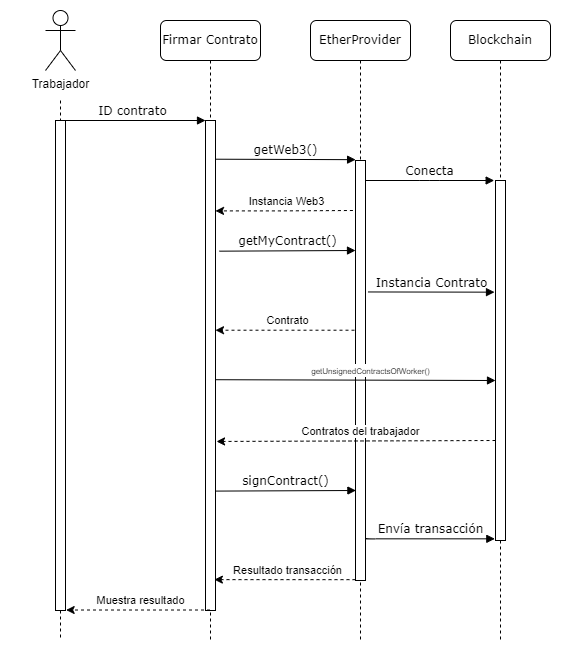
The draw.io diagram Documentacion/MEMORIA/img/SecuenciaFirmarContrato.png in deibiiz/ContractMe, before a commit. Source tidied: cells renumbered, new cells last; positions are measured from the earlier drawing's top-left corner, leaving out a move shared by most shapes.
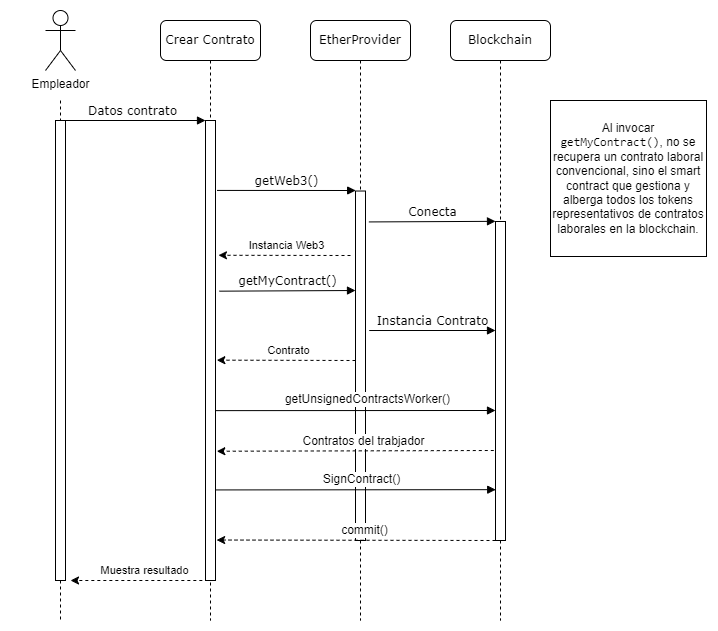
The same file after the commit.

Change to the diagram source:
```diff
@@ -2,123 +2,134 @@
   <root>
     <mxCell id="0" />
     <mxCell id="1" parent="0" />
-    <mxCell id="2" value="Firmar Contrato" style="shape=umlLifeline;perimeter=lifelinePerimeter;whiteSpace=wrap;html=1;outlineConnect=0;rounded=1;shadow=0;comic=0;labelBackgroundColor=none;strokeWidth=1;fontFamily=Verdana;fontSize=12;align=center;" parent="1" vertex="1">
-      <mxGeometry x="150" y="10" width="100" height="620" as="geometry" />
-    </mxCell>
-    <mxCell id="3" style="endArrow=classic;html=1;rounded=0;dashed=1;exitX=-0.26;exitY=0.18;exitDx=0;exitDy=0;exitPerimeter=0;" parent="2" edge="1">
-      <mxGeometry relative="1" as="geometry">
-        <mxPoint x="192.4" y="190" as="sourcePoint" />
-        <mxPoint x="55" y="190.4" as="targetPoint" />
-        <Array as="points">
-          <mxPoint x="120" y="190.4" />
-        </Array>
-      </mxGeometry>
-    </mxCell>
+    <mxCell id="30" value="Crear Contrato" style="shape=umlLifeline;perimeter=lifelinePerimeter;whiteSpace=wrap;html=1;rounded=1;shadow=0;comic=0;labelBackgroundColor=none;strokeWidth=1;fontFamily=Verdana;fontSize=12;align=center;" parent="1" vertex="1">
+      <mxGeometry x="150" y="10" width="100" height="600" as="geometry" />
+    </mxCell>
+    <mxCell id="5" value="EtherProvider" style="shape=umlLifeline;perimeter=lifelinePerimeter;whiteSpace=wrap;html=1;rounded=1;shadow=0;comic=0;labelBackgroundColor=none;strokeWidth=1;fontFamily=Verdana;fontSize=12;align=center;" parent="1" vertex="1">
+      <mxGeometry x="300" y="10" width="100" height="600" as="geometry" />
+    </mxCell>
+    <mxCell id="31" style="html=1;points=[];perimeter=orthogonalPerimeter;rounded=0;shadow=0;comic=0;labelBackgroundColor=none;strokeWidth=1;fontFamily=Verdana;fontSize=12;align=center;" parent="5" vertex="1">
+      <mxGeometry x="-105" y="100" width="10" height="460" as="geometry" />
+    </mxCell>
+    <mxCell id="32" style="html=1;points=[];perimeter=orthogonalPerimeter;rounded=0;shadow=0;comic=0;labelBackgroundColor=none;strokeWidth=1;fontFamily=Verdana;fontSize=12;align=center;" parent="5" vertex="1">
+      <mxGeometry x="45" y="170.5" width="10" height="349.5" as="geometry" />
+    </mxCell>
+    <mxCell id="10" value="getWeb3()" style="html=1;verticalAlign=bottom;endArrow=block;labelBackgroundColor=none;fontFamily=Verdana;fontSize=12;edgeStyle=elbowEdgeStyle;elbow=vertical;entryX=0.017;entryY=0;entryDx=0;entryDy=0;entryPerimeter=0;exitX=1.155;exitY=0.152;exitDx=0;exitDy=0;exitPerimeter=0;" parent="5" edge="1" source="31" target="32">
+      <mxGeometry relative="1" as="geometry" />
+    </mxCell>
+    <mxCell id="33" style="endArrow=classic;html=1;rounded=0;dashed=1;entryX=1.295;entryY=0.293;entryDx=0;entryDy=0;entryPerimeter=0;" parent="5" edge="1" target="31">
+      <mxGeometry relative="1" as="geometry">
+        <mxPoint x="40" y="235" as="sourcePoint" />
+      </mxGeometry>
+    </mxCell>
-    <mxCell id="4" value="Instancia Web3" style="edgeLabel;html=1;align=center;verticalAlign=middle;" parent="3" vertex="1">
+    <mxCell id="4" value="Instancia Web3" style="edgeLabel;html=1;align=center;verticalAlign=middle;" parent="33" vertex="1">
       <mxGeometry x="-0.03" y="-1" relative="1" as="geometry">
         <mxPoint y="-9" as="offset" />
       </mxGeometry>
     </mxCell>
-    <mxCell id="5" value="EtherProvider" style="shape=umlLifeline;perimeter=lifelinePerimeter;whiteSpace=wrap;html=1;rounded=1;shadow=0;comic=0;labelBackgroundColor=none;strokeWidth=1;fontFamily=Verdana;fontSize=12;align=center;" parent="1" vertex="1">
-      <mxGeometry x="300" y="10" width="100" height="620" as="geometry" />
-    </mxCell>
-    <mxCell id="6" style="html=1;points=[];perimeter=orthogonalPerimeter;rounded=0;shadow=0;comic=0;labelBackgroundColor=none;strokeWidth=1;fontFamily=Verdana;fontSize=12;align=center;" parent="5" vertex="1">
-      <mxGeometry x="-105" y="100" width="10" height="490" as="geometry" />
-    </mxCell>
-    <mxCell id="7" style="html=1;points=[];perimeter=orthogonalPerimeter;rounded=0;shadow=0;comic=0;labelBackgroundColor=none;strokeWidth=1;fontFamily=Verdana;fontSize=12;align=center;" parent="5" vertex="1">
-      <mxGeometry x="45" y="140" width="10" height="420" as="geometry" />
-    </mxCell>
-    <mxCell id="8" style="endArrow=classic;html=1;rounded=0;dashed=1;exitX=0;exitY=0.998;exitDx=0;exitDy=0;exitPerimeter=0;entryX=0.886;entryY=0.937;entryDx=0;entryDy=0;entryPerimeter=0;" parent="5" edge="1" source="7" target="6">
-      <mxGeometry relative="1" as="geometry" />
-    </mxCell>
-    <mxCell id="9" value="Resultado transacción" style="edgeLabel;html=1;align=center;verticalAlign=middle;" parent="8" vertex="1">
-      <mxGeometry x="-0.03" y="-1" relative="1" as="geometry">
-        <mxPoint y="-9" as="offset" />
-      </mxGeometry>
-    </mxCell>
-    <mxCell id="10" value="getWeb3()" style="html=1;verticalAlign=bottom;endArrow=block;labelBackgroundColor=none;fontFamily=Verdana;fontSize=12;edgeStyle=elbowEdgeStyle;elbow=vertical;entryX=0.01;entryY=0;entryDx=0;entryDy=0;entryPerimeter=0;exitX=0.98;exitY=0.079;exitDx=0;exitDy=0;exitPerimeter=0;" parent="5" edge="1" source="6" target="7">
-      <mxGeometry relative="1" as="geometry" />
-    </mxCell>
-    <mxCell id="11" style="endArrow=classic;html=1;rounded=0;dashed=1;exitX=-0.1;exitY=0.404;exitDx=0;exitDy=0;exitPerimeter=0;" parent="5" edge="1">
-      <mxGeometry relative="1" as="geometry">
-        <mxPoint x="44" y="309.7" as="sourcePoint" />
-        <mxPoint x="-95" y="309.7" as="targetPoint" />
-      </mxGeometry>
-    </mxCell>
+    <mxCell id="34" style="endArrow=classic;html=1;rounded=0;dashed=1;entryX=1.133;entryY=0.521;entryDx=0;entryDy=0;entryPerimeter=0;" parent="5" edge="1" target="31">
+      <mxGeometry relative="1" as="geometry">
+        <mxPoint x="45" y="340" as="sourcePoint" />
+      </mxGeometry>
+    </mxCell>
-    <mxCell id="12" value="Contrato" style="edgeLabel;html=1;align=center;verticalAlign=middle;" parent="11" vertex="1">
+    <mxCell id="12" value="Contrato" style="edgeLabel;html=1;align=center;verticalAlign=middle;" parent="34" vertex="1">
       <mxGeometry x="-0.03" y="-1" relative="1" as="geometry">
         <mxPoint y="-9" as="offset" />
       </mxGeometry>
     </mxCell>
+    <mxCell id="35" value="&lt;font style=&quot;font-size: 12px;&quot;&gt;SignContract()&lt;/font&gt;" style="edgeLabel;html=1;align=center;verticalAlign=middle;" parent="5" vertex="1">
+      <mxGeometry x="45" y="470" as="geometry">
+        <mxPoint x="6" y="-11" as="offset" />
+      </mxGeometry>
+    </mxCell>
+    <mxCell id="36" style="html=1;verticalAlign=bottom;endArrow=block;labelBackgroundColor=none;fontFamily=Verdana;fontSize=12;edgeStyle=elbowEdgeStyle;elbow=vertical;exitX=0.978;exitY=0.761;exitDx=0;exitDy=0;exitPerimeter=0;" parent="5" edge="1">
+      <mxGeometry relative="1" as="geometry">
+        <mxPoint x="-95" y="469.4" as="sourcePoint" />
+        <mxPoint x="185.2" y="469.7" as="targetPoint" />
+      </mxGeometry>
+    </mxCell>
     <mxCell id="13" value="Blockchain" style="shape=umlLifeline;perimeter=lifelinePerimeter;whiteSpace=wrap;html=1;rounded=1;shadow=0;comic=0;labelBackgroundColor=none;strokeWidth=1;fontFamily=Verdana;fontSize=12;align=center;" parent="1" vertex="1">
-      <mxGeometry x="440" y="10" width="100" height="620" as="geometry" />
+      <mxGeometry x="440" y="10" width="100" height="600" as="geometry" />
     </mxCell>
-    <mxCell id="14" style="shape=umlLifeline;perimeter=lifelinePerimeter;whiteSpace=wrap;html=1;outlineConnect=0;rounded=1;shadow=0;comic=0;labelBackgroundColor=none;strokeWidth=1;fontFamily=Verdana;fontSize=12;align=center;size=0;" parent="1" vertex="1">
-      <mxGeometry y="90" width="100" height="540" as="geometry" />
-    </mxCell>
-    <mxCell id="15" style="html=1;points=[];perimeter=orthogonalPerimeter;rounded=0;shadow=0;comic=0;labelBackgroundColor=none;strokeWidth=1;fontFamily=Verdana;fontSize=12;align=center;" parent="14" vertex="1">
-      <mxGeometry x="45" y="20" width="10" height="490" as="geometry" />
-    </mxCell>
-    <mxCell id="16" style="html=1;points=[];perimeter=orthogonalPerimeter;rounded=0;shadow=0;comic=0;labelBackgroundColor=none;strokeWidth=1;fontFamily=Verdana;fontSize=12;align=center;" parent="1" vertex="1">
-      <mxGeometry x="485" y="170" width="10" height="360" as="geometry" />
-    </mxCell>
-    <mxCell id="17" value="ID contrato" style="html=1;verticalAlign=bottom;endArrow=block;entryX=0;entryY=0;labelBackgroundColor=none;fontFamily=Verdana;fontSize=12;edgeStyle=elbowEdgeStyle;elbow=vertical;" parent="1" edge="1" source="14">
-      <mxGeometry relative="1" as="geometry">
-        <mxPoint x="195" y="110" as="targetPoint" />
-      </mxGeometry>
-    </mxCell>
-    <mxCell id="18" value="Trabajador" style="shape=umlActor;verticalLabelPosition=bottom;verticalAlign=top;html=1;" parent="1" vertex="1">
-      <mxGeometry x="35" width="30" height="60" as="geometry" />
-    </mxCell>
-    <mxCell id="19" value="Conecta" style="html=1;verticalAlign=bottom;endArrow=block;labelBackgroundColor=none;fontFamily=Verdana;fontSize=12;edgeStyle=elbowEdgeStyle;elbow=vertical;entryX=-0.133;entryY=0;entryDx=0;entryDy=0;entryPerimeter=0;" parent="1" edge="1" source="7" target="16">
-      <mxGeometry relative="1" as="geometry" />
+    <mxCell id="19" value="Conecta" style="html=1;verticalAlign=bottom;endArrow=block;labelBackgroundColor=none;fontFamily=Verdana;fontSize=12;edgeStyle=elbowEdgeStyle;elbow=vertical;exitX=1.22;exitY=0.114;exitDx=0;exitDy=0;exitPerimeter=0;entryX=-0.121;entryY=0.028;entryDx=0;entryDy=0;entryPerimeter=0;" parent="13" edge="1">
+      <mxGeometry relative="1" as="geometry">
+        <mxPoint x="-81.6" y="201.4" as="sourcePoint" />
+        <mxPoint x="45" y="201" as="targetPoint" />
+      </mxGeometry>
     </mxCell>
+    <mxCell id="37" style="shape=umlLifeline;perimeter=lifelinePerimeter;whiteSpace=wrap;html=1;outlineConnect=0;rounded=1;shadow=0;comic=0;labelBackgroundColor=none;strokeWidth=1;fontFamily=Verdana;fontSize=12;align=center;size=0;" parent="1" vertex="1">
+      <mxGeometry y="90" width="100" height="520" as="geometry" />
+    </mxCell>
+    <mxCell id="38" style="html=1;perimeter=orthogonalPerimeter;rounded=0;shadow=0;comic=0;labelBackgroundColor=none;strokeWidth=1;fontFamily=Verdana;fontSize=12;align=center;" parent="37" vertex="1">
+      <mxGeometry x="45" y="20" width="10" height="460" as="geometry" />
+    </mxCell>
+    <mxCell id="39" style="html=1;perimeter=orthogonalPerimeter;rounded=0;shadow=0;comic=0;labelBackgroundColor=none;strokeWidth=1;fontFamily=Verdana;fontSize=12;align=center;" parent="1" vertex="1">
+      <mxGeometry x="485" y="211" width="10" height="319" as="geometry" />
+    </mxCell>
+    <mxCell id="40" value="Datos contrato" style="html=1;verticalAlign=bottom;endArrow=block;entryX=0;entryY=0;labelBackgroundColor=none;fontFamily=Verdana;fontSize=12;edgeStyle=elbowEdgeStyle;elbow=vertical;" parent="1" edge="1" source="37">
+      <mxGeometry relative="1" as="geometry">
+        <mxPoint x="195" y="110" as="targetPoint" />
+      </mxGeometry>
+    </mxCell>
+    <mxCell id="41" value="Empleador" style="shape=umlActor;verticalLabelPosition=bottom;verticalAlign=top;html=1;" parent="1" vertex="1">
+      <mxGeometry x="35" width="30" height="60" as="geometry" />
+    </mxCell>
-    <mxCell id="20" value="Instancia Contrato" style="html=1;verticalAlign=bottom;endArrow=block;labelBackgroundColor=none;fontFamily=Verdana;fontSize=12;edgeStyle=elbowEdgeStyle;elbow=vertical;entryX=-0.1;entryY=0.312;entryDx=0;entryDy=0;entryPerimeter=0;exitX=1.248;exitY=0.313;exitDx=0;exitDy=0;exitPerimeter=0;" parent="1" edge="1" source="7" target="16">
-      <mxGeometry relative="1" as="geometry" />
+    <mxCell id="20" value="Instancia Contrato" style="html=1;verticalAlign=bottom;endArrow=block;labelBackgroundColor=none;fontFamily=Verdana;fontSize=12;edgeStyle=elbowEdgeStyle;elbow=vertical;exitX=1.26;exitY=0.334;exitDx=0;exitDy=0;exitPerimeter=0;entryX=-0.114;entryY=0.246;entryDx=0;entryDy=0;entryPerimeter=0;" parent="1" edge="1">
+      <mxGeometry relative="1" as="geometry">
+        <mxPoint x="358.7" y="320" as="sourcePoint" />
+        <mxPoint x="485" y="320.2" as="targetPoint" />
+      </mxGeometry>
     </mxCell>
-    <mxCell id="21" value="Envía transacción" style="html=1;verticalAlign=bottom;endArrow=block;labelBackgroundColor=none;fontFamily=Verdana;fontSize=12;edgeStyle=elbowEdgeStyle;elbow=vertical;exitX=1;exitY=0.898;exitDx=0;exitDy=0;exitPerimeter=0;entryX=-0.067;entryY=0.998;entryDx=0;entryDy=0;entryPerimeter=0;" parent="1" edge="1" source="7" target="16">
-      <mxGeometry relative="1" as="geometry" />
-    </mxCell>
     <mxCell id="22" value="getMyContract()" style="html=1;verticalAlign=bottom;endArrow=block;labelBackgroundColor=none;fontFamily=Verdana;fontSize=12;edgeStyle=elbowEdgeStyle;elbow=vertical;exitX=1.22;exitY=0.23;exitDx=0;exitDy=0;exitPerimeter=0;entryX=-0.18;entryY=0.246;entryDx=0;entryDy=0;entryPerimeter=0;" parent="1" edge="1">
       <mxGeometry relative="1" as="geometry">
-        <mxPoint x="209" y="240.7" as="sourcePoint" />
-        <mxPoint x="345" y="240" as="targetPoint" />
+        <mxPoint x="209" y="280.7" as="sourcePoint" />
+        <mxPoint x="345" y="280" as="targetPoint" />
       </mxGeometry>
     </mxCell>
-    <mxCell id="23" style="endArrow=classic;html=1;rounded=0;dashed=1;entryX=1.067;entryY=0.999;entryDx=0;entryDy=0;entryPerimeter=0;" parent="1" edge="1" source="2" target="15">
-      <mxGeometry relative="1" as="geometry" />
-    </mxCell>
+    <mxCell id="42" style="endArrow=classic;html=1;rounded=0;dashed=1;exitX=-0.171;exitY=0.999;exitDx=0;exitDy=0;exitPerimeter=0;entryX=1.131;entryY=0.719;entryDx=0;entryDy=0;entryPerimeter=0;" parent="1" edge="1" target="31">
+      <mxGeometry relative="1" as="geometry">
+        <mxPoint x="483.3" y="440" as="sourcePoint" />
+      </mxGeometry>
+    </mxCell>
+    <mxCell id="43" value="&lt;font style=&quot;font-size: 12px;&quot;&gt;Contratos del trabjador&lt;/font&gt;" style="edgeLabel;html=1;align=center;verticalAlign=middle;" parent="42" vertex="1">
+      <mxGeometry x="-0.03" y="-1" relative="1" as="geometry">
+        <mxPoint x="4" y="-9" as="offset" />
+      </mxGeometry>
+    </mxCell>
+    <mxCell id="44" style="html=1;verticalAlign=bottom;endArrow=block;labelBackgroundColor=none;fontFamily=Verdana;fontSize=12;edgeStyle=elbowEdgeStyle;elbow=vertical;exitX=0.978;exitY=0.761;exitDx=0;exitDy=0;exitPerimeter=0;" parent="1" edge="1">
+      <mxGeometry relative="1" as="geometry">
+        <mxPoint x="204.8" y="400.1" as="sourcePoint" />
+        <mxPoint x="485" y="400.4" as="targetPoint" />
+      </mxGeometry>
+    </mxCell>
+    <mxCell id="45" value="&lt;font style=&quot;font-size: 12px;&quot;&gt;getUnsignedContractsWorker()&lt;/font&gt;" style="edgeLabel;html=1;align=center;verticalAlign=middle;" parent="1" vertex="1">
+      <mxGeometry x="290" y="380" as="geometry">
+        <mxPoint x="67" y="9" as="offset" />
+      </mxGeometry>
+    </mxCell>
+    <mxCell id="46" style="endArrow=classic;html=1;rounded=0;dashed=1;entryX=1.067;entryY=0.999;entryDx=0;entryDy=0;entryPerimeter=0;" parent="1" edge="1">
+      <mxGeometry relative="1" as="geometry">
+        <mxPoint x="203.8" y="570" as="sourcePoint" />
+        <mxPoint x="60" y="570" as="targetPoint" />
+      </mxGeometry>
+    </mxCell>
-    <mxCell id="24" value="Muestra resultado" style="edgeLabel;html=1;align=center;verticalAlign=middle;" parent="23" vertex="1">
+    <mxCell id="24" value="Muestra resultado" style="edgeLabel;html=1;align=center;verticalAlign=middle;" parent="46" vertex="1">
       <mxGeometry x="-0.03" y="-1" relative="1" as="geometry">
         <mxPoint y="-9" as="offset" />
       </mxGeometry>
     </mxCell>
-    <mxCell id="25" style="html=1;verticalAlign=bottom;endArrow=block;labelBackgroundColor=none;fontFamily=Verdana;fontSize=12;edgeStyle=elbowEdgeStyle;elbow=vertical;exitX=1.057;exitY=0.529;exitDx=0;exitDy=0;exitPerimeter=0;" parent="1" edge="1" source="6">
-      <mxGeometry relative="1" as="geometry">
-        <mxPoint x="485" y="370" as="targetPoint" />
-      </mxGeometry>
-    </mxCell>
-    <mxCell id="26" value="&lt;font style=&quot;font-size: 8px;&quot;&gt;getUnsignedContractsOfWorker()&lt;/font&gt;" style="edgeLabel;html=1;align=center;verticalAlign=middle;" parent="25" vertex="1">
-      <mxGeometry x="0.26" y="-1" relative="1" as="geometry">
-        <mxPoint x="-22" y="-11" as="offset" />
-      </mxGeometry>
-    </mxCell>
-    <mxCell id="27" style="endArrow=classic;html=1;rounded=0;dashed=1;exitX=-0.057;exitY=0.664;exitDx=0;exitDy=0;exitPerimeter=0;" parent="1" edge="1">
-      <mxGeometry relative="1" as="geometry">
-        <mxPoint x="485" y="430" as="sourcePoint" />
-        <mxPoint x="206" y="431" as="targetPoint" />
-      </mxGeometry>
-    </mxCell>
-    <mxCell id="28" value="Contratos del trabajador" style="edgeLabel;html=1;align=center;verticalAlign=middle;" parent="27" vertex="1">
-      <mxGeometry x="-0.03" y="-1" relative="1" as="geometry">
-        <mxPoint y="-9" as="offset" />
-      </mxGeometry>
-    </mxCell>
-    <mxCell id="29" value="signContract()" style="html=1;verticalAlign=bottom;endArrow=block;labelBackgroundColor=none;fontFamily=Verdana;fontSize=12;edgeStyle=elbowEdgeStyle;elbow=vertical;entryX=0.06;entryY=0.817;entryDx=0;entryDy=0;entryPerimeter=0;exitX=1.02;exitY=0.76;exitDx=0;exitDy=0;exitPerimeter=0;" parent="1" edge="1">
-      <mxGeometry relative="1" as="geometry">
-        <mxPoint x="205" y="480.6" as="sourcePoint" />
-        <mxPoint x="345.4" y="480" as="targetPoint" />
-      </mxGeometry>
-    </mxCell>
+    <mxCell id="47" style="endArrow=classic;html=1;rounded=0;dashed=1;exitX=-0.171;exitY=0.999;exitDx=0;exitDy=0;exitPerimeter=0;entryX=1.114;entryY=0.912;entryDx=0;entryDy=0;entryPerimeter=0;" parent="1" edge="1" target="31">
+      <mxGeometry relative="1" as="geometry">
+        <mxPoint x="485" y="530" as="sourcePoint" />
+      </mxGeometry>
+    </mxCell>
+    <mxCell id="48" value="&lt;font style=&quot;font-size: 12px;&quot;&gt;commit()&lt;/font&gt;" style="edgeLabel;html=1;align=center;verticalAlign=middle;" parent="47" vertex="1">
+      <mxGeometry x="-0.03" y="-1" relative="1" as="geometry">
+        <mxPoint x="4" y="-9" as="offset" />
+      </mxGeometry>
+    </mxCell>
+    <mxCell id="49" value="&lt;font face=&quot;Helvetica&quot;&gt;Al invocar &lt;code&gt;getMyContract()&lt;/code&gt;, no se recupera un contrato laboral convencional, sino el smart contract que gestiona y alberga todos los tokens representativos de contratos laborales en la blockchain.&lt;/font&gt;" style="whiteSpace=wrap;html=1;fillColor=none;" parent="1" vertex="1">
+      <mxGeometry x="540" y="90" width="156" height="156" as="geometry" />
+    </mxCell>
   </root>
 </mxGraphModel>
```
